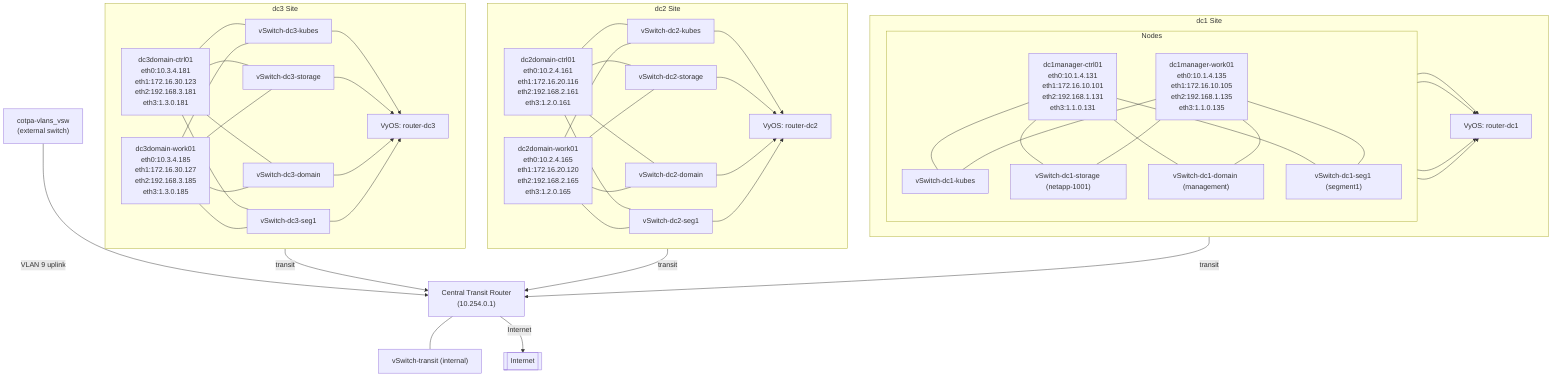
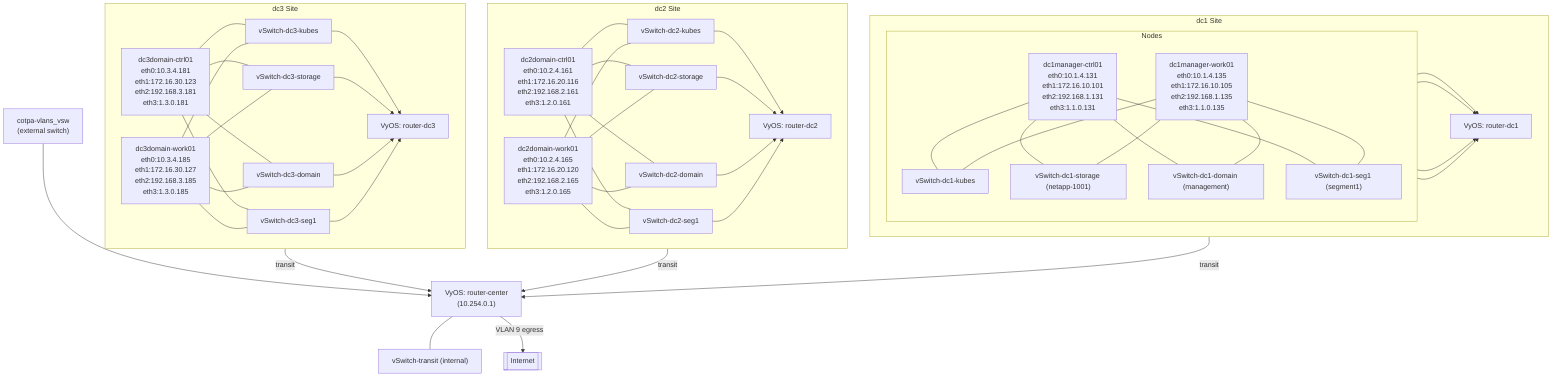
%% Mermaid Network Topology Diagram - Multicluster Home Lab
%% Shows per-site networks, vSwitches, routers, and node NIC attachments

flowchart TB
  subgraph DC1 [dc1 Site]
    direction LR
    vsw1["vSwitch-dc1-kubes"]
    vsw1s["vSwitch-dc1-storage (netapp-1001)"]
    vdom["vSwitch-dc1-domain (management)"]
    vseg["vSwitch-dc1-seg1 (segment1)"]
    router1["VyOS: router-dc1"]
    vsw1 --> router1
    vsw1s --> router1
    vdom --> router1
    vseg --> router1

    subgraph DC1Nodes [Nodes]
      direction TB
      n1["dc1manager-ctrl01\neth0:10.1.4.131\neth1:172.16.10.101\neth2:192.168.1.131\neth3:1.1.0.131"]
      n2["dc1manager-work01\neth0:10.1.4.135\neth1:172.16.10.105\neth2:192.168.1.135\neth3:1.1.0.135"]
      n1 --- vsw1
      n1 --- vsw1s
      n1 --- vdom
      n1 --- vseg
      n2 --- vsw1
      n2 --- vsw1s
      n2 --- vdom
      n2 --- vseg
    end
  end

  subgraph DC2 [dc2 Site]
    direction LR
    v2["vSwitch-dc2-kubes"]
    v2s["vSwitch-dc2-storage"]
    v2d["vSwitch-dc2-domain"]
    v2g["vSwitch-dc2-seg1"]
    router2["VyOS: router-dc2"]
    v2 --> router2
    v2s --> router2
    v2d --> router2
    v2g --> router2

    n3["dc2domain-ctrl01\neth0:10.2.4.161\neth1:172.16.20.116\neth2:192.168.2.161\neth3:1.2.0.161"]
    n4["dc2domain-work01\neth0:10.2.4.165\neth1:172.16.20.120\neth2:192.168.2.165\neth3:1.2.0.165"]
    n3 --- v2
    n3 --- v2s
    n3 --- v2d
    n3 --- v2g
    n4 --- v2
    n4 --- v2s
    n4 --- v2d
    n4 --- v2g
  end

  subgraph DC3 [dc3 Site]
    direction LR
    v3["vSwitch-dc3-kubes"]
    v3s["vSwitch-dc3-storage"]
    v3d["vSwitch-dc3-domain"]
    v3g["vSwitch-dc3-seg1"]
    router3["VyOS: router-dc3"]
    v3 --> router3
    v3s --> router3
    v3d --> router3
    v3g --> router3

    n5["dc3domain-ctrl01\neth0:10.3.4.181\neth1:172.16.30.123\neth2:192.168.3.181\neth3:1.3.0.181"]
    n6["dc3domain-work01\neth0:10.3.4.185\neth1:172.16.30.127\neth2:192.168.3.185\neth3:1.3.0.185"]
    n5 --- v3
    n5 --- v3s
    n5 --- v3d
    n5 --- v3g
    n6 --- v3
    n6 --- v3s
    n6 --- v3d
    n6 --- v3g
  end

  %% Inter-site connectivity: each site router connects to Central Transit Router.
  transit["vSwitch-transit (internal)"]
-   router2 -->|transit| central["Central Transit Router\n(10.254.0.1)"]
+   router2 -->|transit| central["VyOS: router-center\n(10.254.0.1)"]
  router3 -->|transit| central
  router1 -->|transit| central
  central --- transit

  extsw["cotpa-vlans_vsw\n(external switch)"]
-   extsw -->|VLAN 9 uplink| central
-   central -->|Internet| Internet[[Internet]]
+   extsw --> central
+   central -->|VLAN 9 egress| Internet[[Internet]]

  click central "../scripts/create-vyos-routers.ps1" "Router provisioning script"
  click n1 "../configs/home-lab/nodes/dc1manager-ctrl01.yaml" "dc1manager control node manifest"
  click n3 "../configs/home-lab/nodes/dc2domain-ctrl01.yaml" "dc2domain control node manifest"
  click n5 "../configs/home-lab/nodes/dc3domain-ctrl01.yaml" "dc3domain control node manifest"
